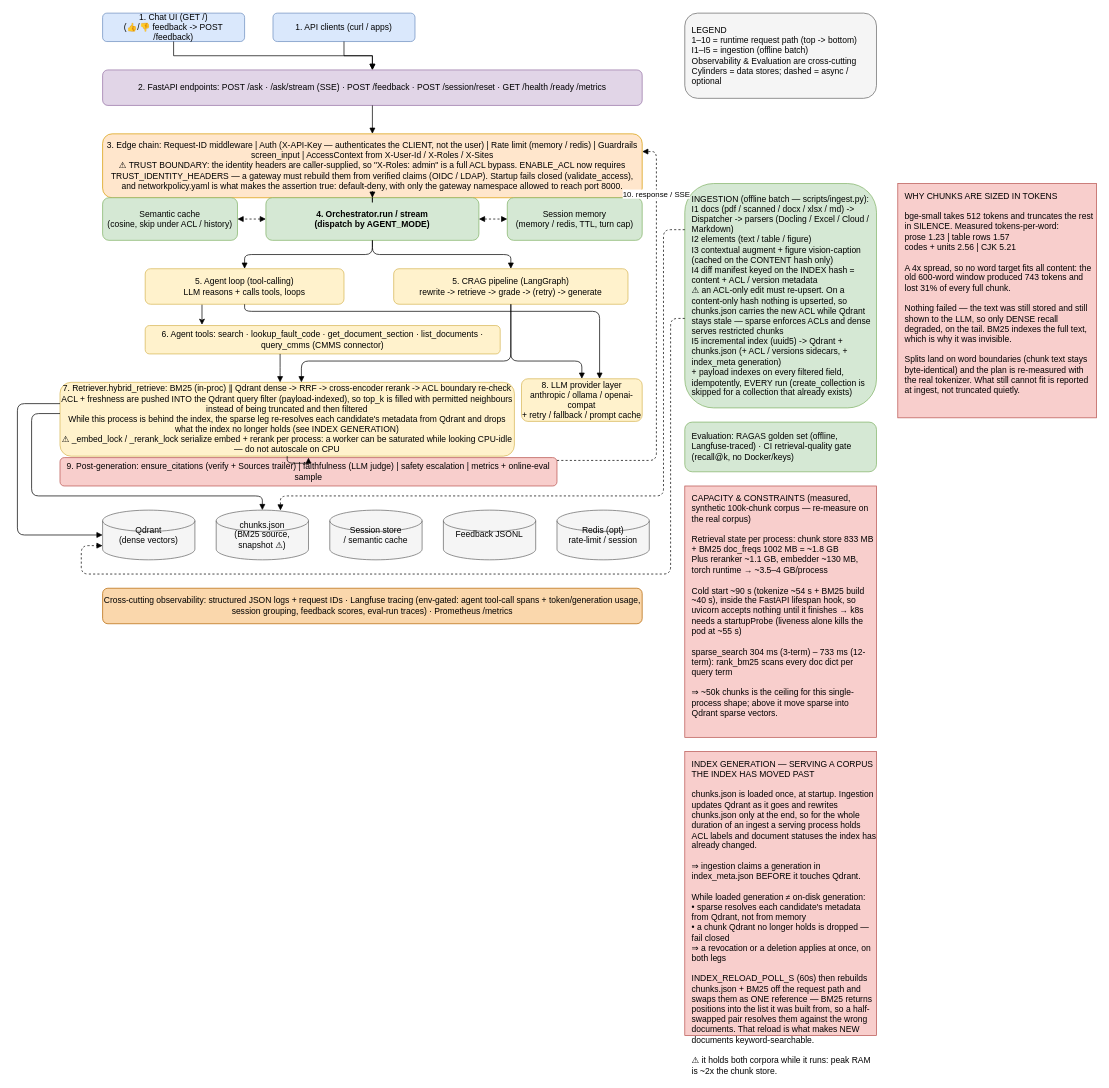
Nirmalnk05/rag_project keeps this draw.io diagram as docs/design/hld.drawio. Above is the earlier version. Source tidied: cells renumbered, new cells numbered last; positions are measured from the earlier drawing's top-left corner, leaving out a move shared by most shapes. Both pictures are drawn from the tidied source at 71%, with x=0, y=0 at pixel (17, 13).
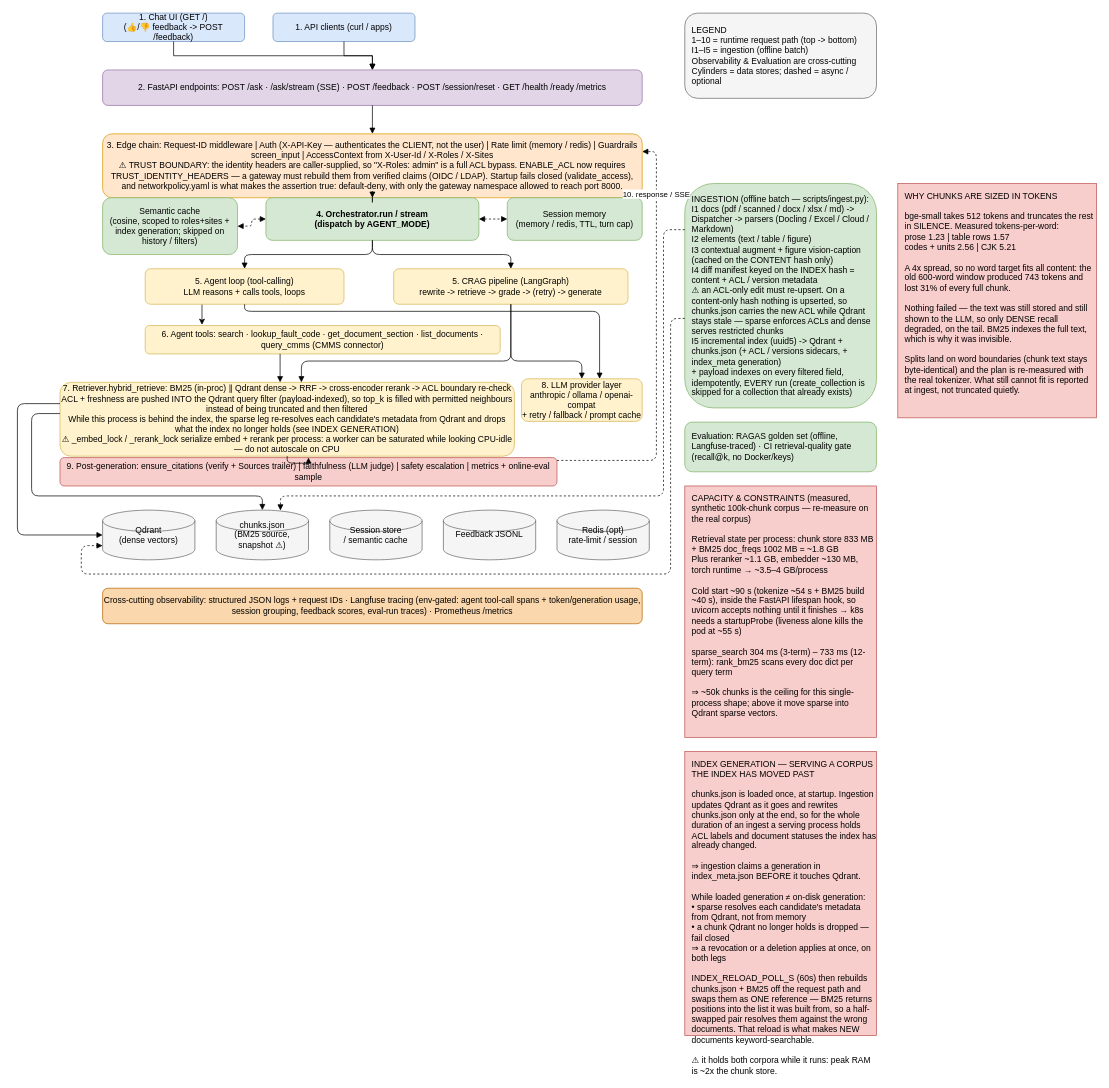
After the change.

Commit message:
docs: correct the HLD's semantic-cache label

What changed in the source:
```diff
@@
-    <mxCell id="7" value="Semantic cache&#10;(cosine, skip under ACL / history)" style="rounded=1;whiteSpace=wrap;html=1;fillColor=#d5e8d4;strokeColor=#82b366;" parent="1" vertex="1">
-      <mxGeometry x="120" y="260" width="190" height="60" as="geometry" />
+    <mxCell id="7" value="Semantic cache&#10;(cosine, scoped to roles+sites + index generation; skipped on history / filters)" style="rounded=1;whiteSpace=wrap;html=1;fillColor=#d5e8d4;strokeColor=#82b366;" parent="1" vertex="1">
+      <mxGeometry x="120" y="260" width="190" height="80" as="geometry" />
     </mxCell>
```
